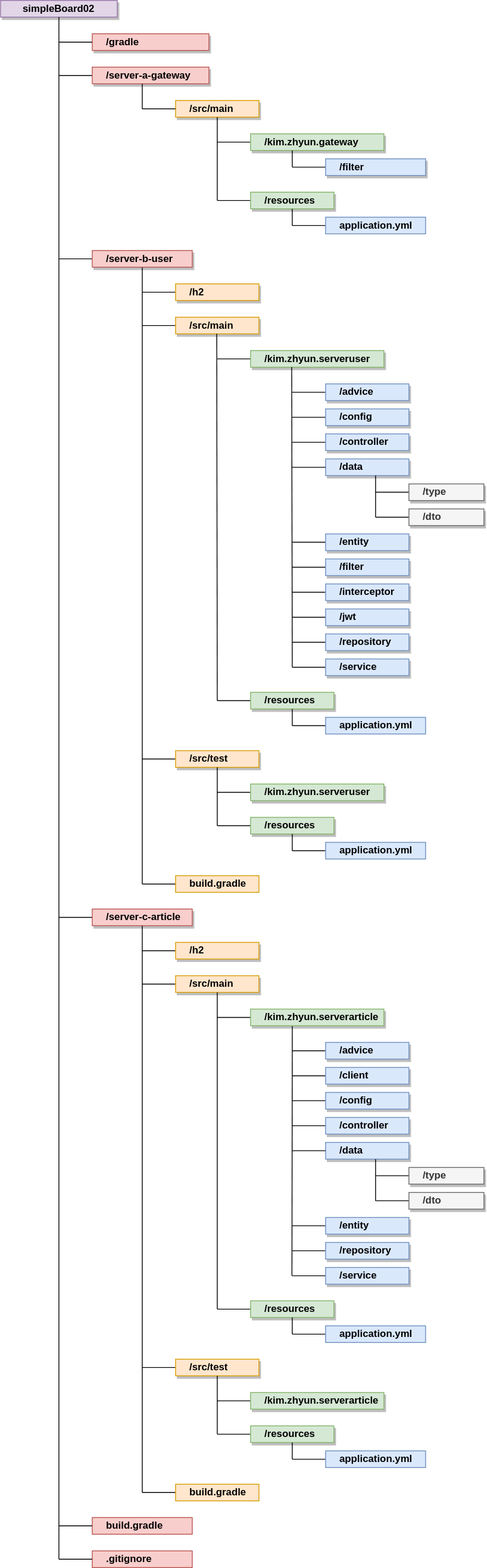
Above: docs/프로젝트 구조.svg in zhyun-project/simple-board-02 (draw.io), before the change. Source tidied: cells renumbered, new cells last; positions are measured from the earlier drawing's top-left corner, leaving out a move shared by most shapes.
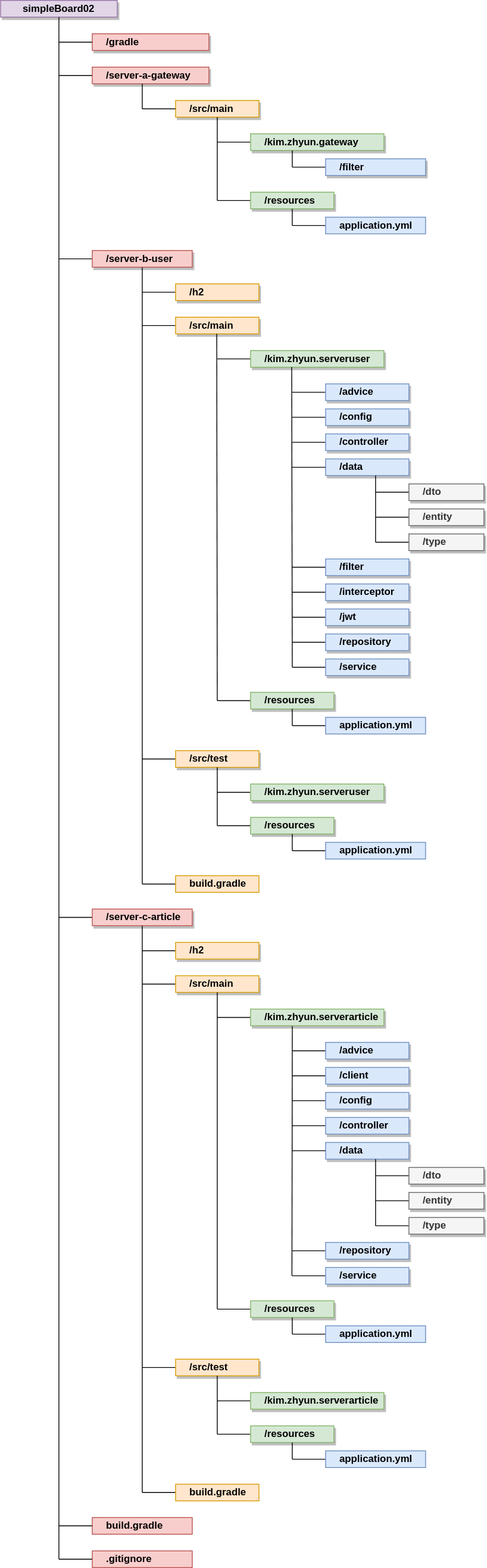
Above is the later version.

Commit message:
docs : 회원 flowchart , 프로젝트 구조 변경 (#30)

회원 flowchart
    - 메일 수신 불가 체크 삭제

프로젝트 구조
    - entity 디렉터리 위치를 data 하위로 이동

issue key : SB2-7

What changed in the source:
```diff
@@ -49,7 +49,7 @@
     </mxCell>
     <mxCell id="13" style="endArrow=none;html=1;rounded=0;entryX=0.5;entryY=1;entryDx=0;entryDy=0;" parent="1" edge="1">
       <mxGeometry relative="1" as="geometry">
-        <mxPoint x="450" y="620" as="sourcePoint" />
+        <mxPoint x="450" y="650" as="sourcePoint" />
         <mxPoint x="450" y="570" as="targetPoint" />
       </mxGeometry>
     </mxCell>
@@ -90,7 +90,7 @@
         <mxPoint x="450" y="590" as="sourcePoint" />
       </mxGeometry>
     </mxCell>
-    <mxCell id="23" value="/type" style="rounded=0;whiteSpace=wrap;html=1;fillColor=#f5f5f5;strokeColor=#666666;shadow=1;align=left;spacingLeft=15;fontStyle=1;fontColor=#333333;" parent="1" vertex="1">
+    <mxCell id="23" value="/dto" style="rounded=0;whiteSpace=wrap;html=1;fillColor=#f5f5f5;strokeColor=#666666;shadow=1;align=left;spacingLeft=15;fontStyle=1;fontColor=#333333;" parent="1" vertex="1">
       <mxGeometry x="490" y="580" width="90" height="20" as="geometry" />
     </mxCell>
     <mxCell id="24" style="endArrow=none;html=1;rounded=0;entryX=0;entryY=0.5;entryDx=0;entryDy=0;" parent="1" edge="1" target="25">
@@ -98,7 +98,7 @@
         <mxPoint x="450" y="620" as="sourcePoint" />
       </mxGeometry>
     </mxCell>
-    <mxCell id="25" value="/dto" style="rounded=0;whiteSpace=wrap;html=1;fillColor=#f5f5f5;strokeColor=#666666;shadow=1;align=left;spacingLeft=15;fontStyle=1;fontColor=#333333;" parent="1" vertex="1">
+    <mxCell id="25" value="/entity" style="rounded=0;whiteSpace=wrap;html=1;fillColor=#f5f5f5;strokeColor=#666666;shadow=1;align=left;spacingLeft=15;fontStyle=1;fontColor=#333333;" parent="1" vertex="1">
       <mxGeometry x="490" y="610" width="90" height="20" as="geometry" />
     </mxCell>
     <mxCell id="26" style="endArrow=none;html=1;rounded=0;entryX=0.5;entryY=1;entryDx=0;entryDy=0;" parent="1" edge="1">
@@ -163,7 +163,7 @@
     </mxCell>
     <mxCell id="40" style="endArrow=none;html=1;rounded=0;entryX=0.5;entryY=1;entryDx=0;entryDy=0;align=left;spacingLeft=15;fontStyle=1;horizontal=1;" parent="1" edge="1">
       <mxGeometry relative="1" as="geometry">
-        <mxPoint x="450" y="1440" as="sourcePoint" />
+        <mxPoint x="450" y="1470" as="sourcePoint" />
         <mxPoint x="450" y="1390" as="targetPoint" />
       </mxGeometry>
     </mxCell>
@@ -188,7 +188,7 @@
         <mxPoint x="450" y="1410" as="sourcePoint" />
       </mxGeometry>
     </mxCell>
-    <mxCell id="46" value="/type" style="rounded=0;whiteSpace=wrap;html=1;fillColor=#f5f5f5;strokeColor=#666666;align=left;spacingLeft=15;fontStyle=1;horizontal=1;verticalAlign=middle;fontFamily=Helvetica;shadow=1;fontColor=#333333;" parent="1" vertex="1">
+    <mxCell id="46" value="/dto" style="rounded=0;whiteSpace=wrap;html=1;fillColor=#f5f5f5;strokeColor=#666666;align=left;spacingLeft=15;fontStyle=1;horizontal=1;verticalAlign=middle;fontFamily=Helvetica;shadow=1;fontColor=#333333;" parent="1" vertex="1">
       <mxGeometry x="490" y="1400" width="90" height="20" as="geometry" />
     </mxCell>
     <mxCell id="47" style="endArrow=none;html=1;rounded=0;entryX=0;entryY=0.5;entryDx=0;entryDy=0;" parent="1" edge="1" target="48">
@@ -196,7 +196,7 @@
         <mxPoint x="450" y="1440" as="sourcePoint" />
       </mxGeometry>
     </mxCell>
-    <mxCell id="48" value="/dto" style="rounded=0;whiteSpace=wrap;html=1;fillColor=#f5f5f5;strokeColor=#666666;align=left;spacingLeft=15;fontStyle=1;horizontal=1;verticalAlign=middle;fontFamily=Helvetica;shadow=1;fontColor=#333333;" parent="1" vertex="1">
+    <mxCell id="48" value="/entity" style="rounded=0;whiteSpace=wrap;html=1;fillColor=#f5f5f5;strokeColor=#666666;align=left;spacingLeft=15;fontStyle=1;horizontal=1;verticalAlign=middle;fontFamily=Helvetica;shadow=1;fontColor=#333333;" parent="1" vertex="1">
       <mxGeometry x="490" y="1430" width="90" height="20" as="geometry" />
     </mxCell>
     <mxCell id="49" style="endArrow=none;html=1;rounded=0;entryX=0;entryY=0.5;entryDx=0;entryDy=0;" parent="1" edge="1" target="50">
@@ -271,11 +271,14 @@
     </mxCell>
     <mxCell id="66" style="endArrow=none;html=1;rounded=0;entryX=0;entryY=0.5;entryDx=0;entryDy=0;" parent="1" edge="1" target="67">
       <mxGeometry relative="1" as="geometry">
-        <mxPoint x="350" y="650" as="sourcePoint" />
+        <mxPoint x="460" y="650" as="sourcePoint" />
+        <Array as="points">
+          <mxPoint x="450" y="650" />
+        </Array>
       </mxGeometry>
     </mxCell>
-    <mxCell id="67" value="/entity" style="rounded=0;whiteSpace=wrap;html=1;fillColor=#dae8fc;strokeColor=#6c8ebf;shadow=1;align=left;spacingLeft=15;fontStyle=1;" parent="1" vertex="1">
-      <mxGeometry x="390" y="640" width="100" height="20" as="geometry" />
+    <mxCell id="67" value="/type" style="rounded=0;whiteSpace=wrap;html=1;fillColor=#f5f5f5;strokeColor=#666666;shadow=1;align=left;spacingLeft=15;fontStyle=1;fontColor=#333333;" parent="1" vertex="1">
+      <mxGeometry x="490" y="640" width="90" height="20" as="geometry" />
     </mxCell>
     <mxCell id="68" style="endArrow=none;html=1;rounded=0;entryX=0;entryY=0.5;entryDx=0;entryDy=0;" parent="1" edge="1" target="71">
       <mxGeometry relative="1" as="geometry">
@@ -442,11 +445,11 @@
     </mxCell>
     <mxCell id="106" style="endArrow=none;html=1;rounded=0;entryX=0;entryY=0.5;entryDx=0;entryDy=0;" parent="1" edge="1" target="107">
       <mxGeometry relative="1" as="geometry">
-        <mxPoint x="350" y="1470" as="sourcePoint" />
+        <mxPoint x="450" y="1470" as="sourcePoint" />
       </mxGeometry>
     </mxCell>
-    <mxCell id="107" value="/entity" style="rounded=0;whiteSpace=wrap;html=1;fillColor=#dae8fc;strokeColor=#6c8ebf;align=left;spacingLeft=15;fontStyle=1;horizontal=1;verticalAlign=middle;fontFamily=Helvetica;shadow=1;" parent="1" vertex="1">
-      <mxGeometry x="390" y="1460" width="100" height="20" as="geometry" />
+    <mxCell id="107" value="/type" style="rounded=0;whiteSpace=wrap;html=1;fillColor=#f5f5f5;strokeColor=#666666;align=left;spacingLeft=15;fontStyle=1;horizontal=1;verticalAlign=middle;fontFamily=Helvetica;shadow=1;fontColor=#333333;" parent="1" vertex="1">
+      <mxGeometry x="490" y="1460" width="90" height="20" as="geometry" />
     </mxCell>
     <mxCell id="108" value="/gradle" style="rounded=0;whiteSpace=wrap;html=1;fillColor=#f8cecc;strokeColor=#b85450;align=left;spacingLeft=15;fontStyle=1;shadow=1;" parent="1" vertex="1">
       <mxGeometry x="110" y="40" width="140" height="20" as="geometry" />
```
